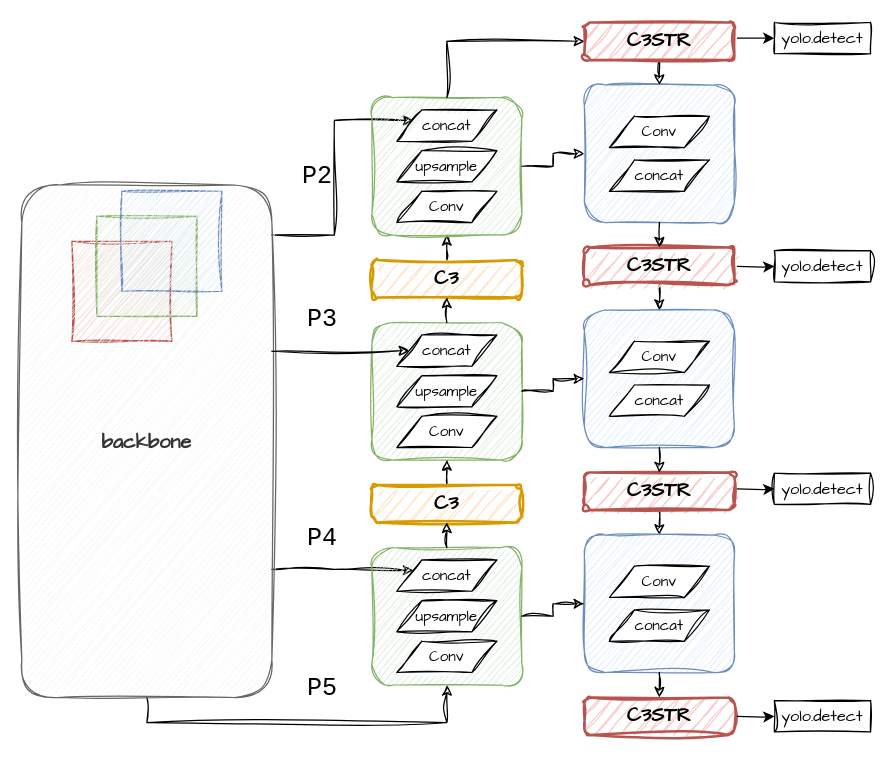
Earlier version of the draw.io diagram page "ch5-tr" (13 of 19) of figs.drawio (225ceV/tiny). Source tidied: cells renumbered, new cells numbered last; positions are measured from the earlier drawing's top-left corner, leaving out a move shared by most shapes. Both pictures are drawn from the tidied source at 125%, with x=0, y=0 at pixel (21, 21).
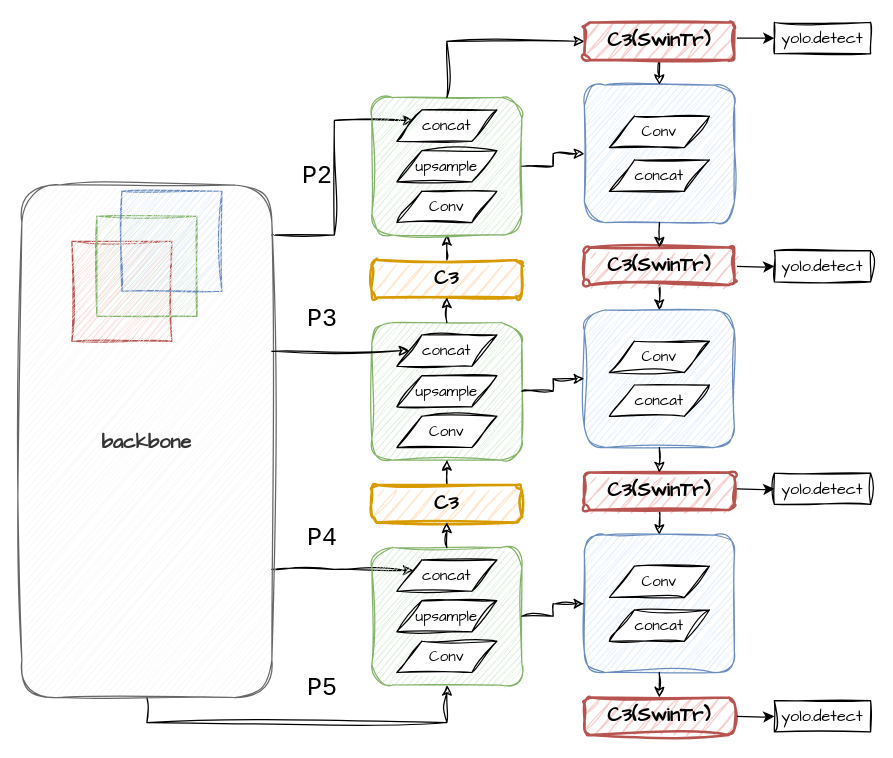
Above is the later version.

The edit, as a diff of the source:
```diff
@@
-    <mxCell id="30" value="&lt;font face=&quot;Comic Sans MS&quot; style=&quot;font-size: 16px;&quot;&gt;&lt;b style=&quot;&quot;&gt;C3STR&lt;br&gt;&lt;/b&gt;&lt;/font&gt;" style="rounded=1;whiteSpace=wrap;html=1;fontFamily=Courier New;fontSize=16;fillColor=#f8cecc;strokeColor=#b85450;strokeWidth=2;glass=0;shadow=0;sketch=1;curveFitting=1;jiggle=2;" parent="1" vertex="1">
+    <mxCell id="30" value="&lt;b style=&quot;border-color: var(--border-color); font-family: &amp;quot;Comic Sans MS&amp;quot;;&quot;&gt;C3(SwinTr)&lt;/b&gt;&lt;font face=&quot;Comic Sans MS&quot; style=&quot;font-size: 16px;&quot;&gt;&lt;b style=&quot;&quot;&gt;&lt;br&gt;&lt;/b&gt;&lt;/font&gt;" style="rounded=1;whiteSpace=wrap;html=1;fontFamily=Courier New;fontSize=16;fillColor=#f8cecc;strokeColor=#b85450;strokeWidth=2;glass=0;shadow=0;sketch=1;curveFitting=1;jiggle=2;" parent="1" vertex="1">
       <mxGeometry x="450" y="180.5" width="120" height="30" as="geometry" />
     </mxCell>
@@
-    <mxCell id="32" value="&lt;font face=&quot;Comic Sans MS&quot; style=&quot;font-size: 16px;&quot;&gt;&lt;b style=&quot;&quot;&gt;C3STR&lt;br&gt;&lt;/b&gt;&lt;/font&gt;" style="rounded=1;whiteSpace=wrap;html=1;fontFamily=Courier New;fontSize=16;fillColor=#f8cecc;strokeColor=#b85450;strokeWidth=2;glass=0;shadow=0;sketch=1;curveFitting=1;jiggle=2;" parent="1" vertex="1">
+    <mxCell id="32" value="&lt;b style=&quot;border-color: var(--border-color); font-family: &amp;quot;Comic Sans MS&amp;quot;;&quot;&gt;C3(SwinTr)&lt;/b&gt;&lt;font face=&quot;Comic Sans MS&quot; style=&quot;font-size: 16px;&quot;&gt;&lt;b style=&quot;&quot;&gt;&lt;br&gt;&lt;/b&gt;&lt;/font&gt;" style="rounded=1;whiteSpace=wrap;html=1;fontFamily=Courier New;fontSize=16;fillColor=#f8cecc;strokeColor=#b85450;strokeWidth=2;glass=0;shadow=0;sketch=1;curveFitting=1;jiggle=2;" parent="1" vertex="1">
       <mxGeometry x="450" y="360.5" width="120" height="30" as="geometry" />
     </mxCell>
-    <mxCell id="33" value="&lt;font face=&quot;Comic Sans MS&quot; style=&quot;font-size: 16px;&quot;&gt;&lt;b style=&quot;&quot;&gt;C3STR&lt;br&gt;&lt;/b&gt;&lt;/font&gt;" style="rounded=1;whiteSpace=wrap;html=1;fontFamily=Courier New;fontSize=16;fillColor=#f8cecc;strokeColor=#b85450;strokeWidth=2;glass=0;shadow=0;sketch=1;curveFitting=1;jiggle=2;" parent="1" vertex="1">
+    <mxCell id="33" value="&lt;b style=&quot;border-color: var(--border-color); font-family: &amp;quot;Comic Sans MS&amp;quot;;&quot;&gt;C3(SwinTr)&lt;/b&gt;&lt;font face=&quot;Comic Sans MS&quot; style=&quot;font-size: 16px;&quot;&gt;&lt;b style=&quot;&quot;&gt;&lt;br&gt;&lt;/b&gt;&lt;/font&gt;" style="rounded=1;whiteSpace=wrap;html=1;fontFamily=Courier New;fontSize=16;fillColor=#f8cecc;strokeColor=#b85450;strokeWidth=2;glass=0;shadow=0;sketch=1;curveFitting=1;jiggle=2;" parent="1" vertex="1">
       <mxGeometry x="450" y="540.5" width="120" height="30" as="geometry" />
     </mxCell>
@@
-    <mxCell id="61" value="&lt;font face=&quot;Comic Sans MS&quot; style=&quot;font-size: 16px;&quot;&gt;&lt;b style=&quot;&quot;&gt;C3STR&lt;br&gt;&lt;/b&gt;&lt;/font&gt;" style="rounded=1;whiteSpace=wrap;html=1;fontFamily=Courier New;fontSize=16;fillColor=#f8cecc;strokeColor=#b85450;strokeWidth=2;glass=0;shadow=0;sketch=1;curveFitting=1;jiggle=2;" parent="1" vertex="1">
+    <mxCell id="61" value="&lt;font face=&quot;Comic Sans MS&quot; style=&quot;font-size: 16px;&quot;&gt;&lt;b style=&quot;&quot;&gt;C3(SwinTr)&lt;br&gt;&lt;/b&gt;&lt;/font&gt;" style="rounded=1;whiteSpace=wrap;html=1;fontFamily=Courier New;fontSize=16;fillColor=#f8cecc;strokeColor=#b85450;strokeWidth=2;glass=0;shadow=0;sketch=1;curveFitting=1;jiggle=2;" parent="1" vertex="1">
       <mxGeometry x="450" y="0.5" width="120" height="30" as="geometry" />
     </mxCell>
```
